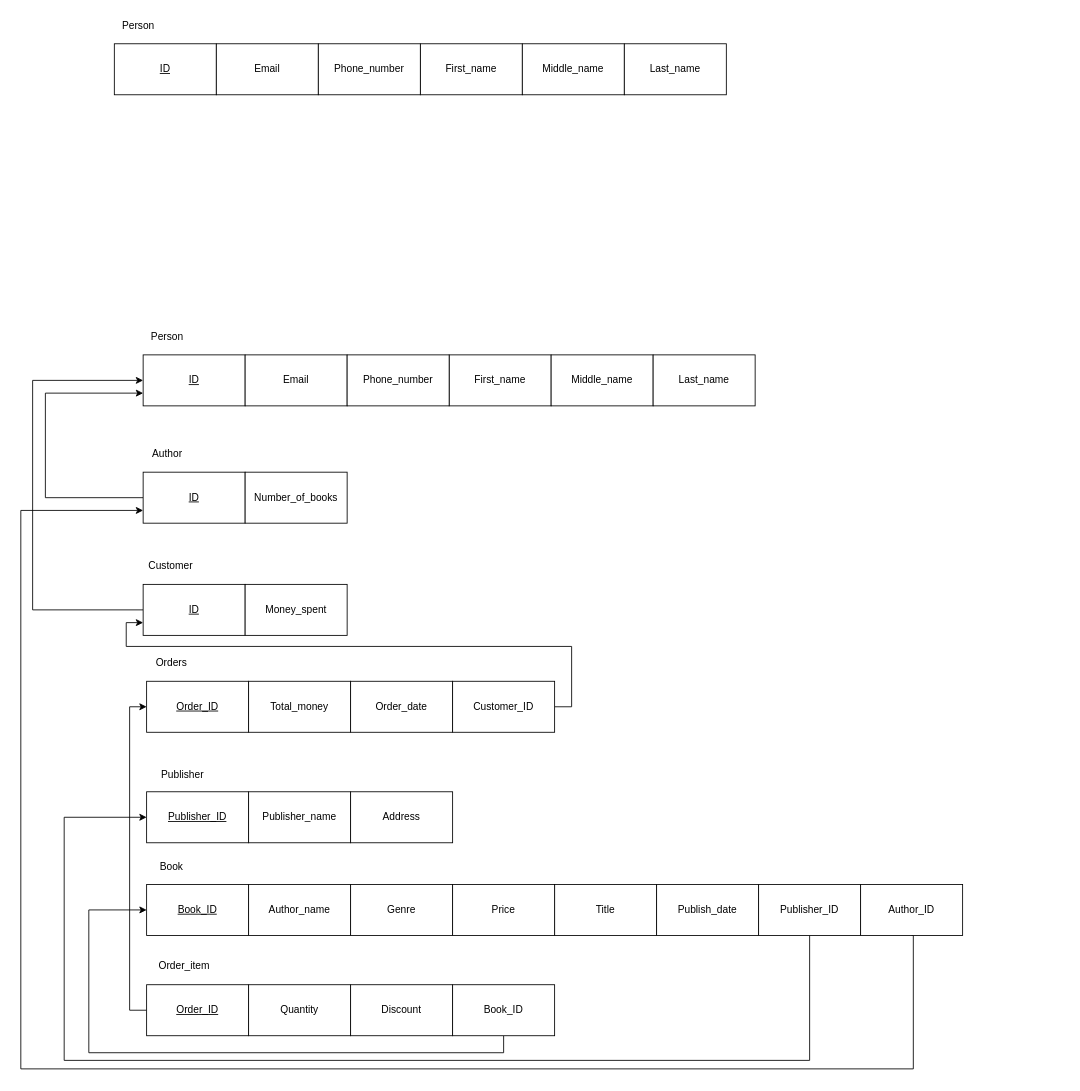
Above: page "Page-2" (2 of 2) of e-Bookstore.drawio in HuyViet2402/HCMUT-CO2013-Assignment-1-Semester-241 (draw.io), before the change. Source tidied: cells renumbered, new cells numbered last; positions are measured from the earlier drawing's top-left corner, leaving out a move shared by most shapes. Both pictures are drawn from the tidied source at 85%, with x=0, y=0 at pixel (20, 14).
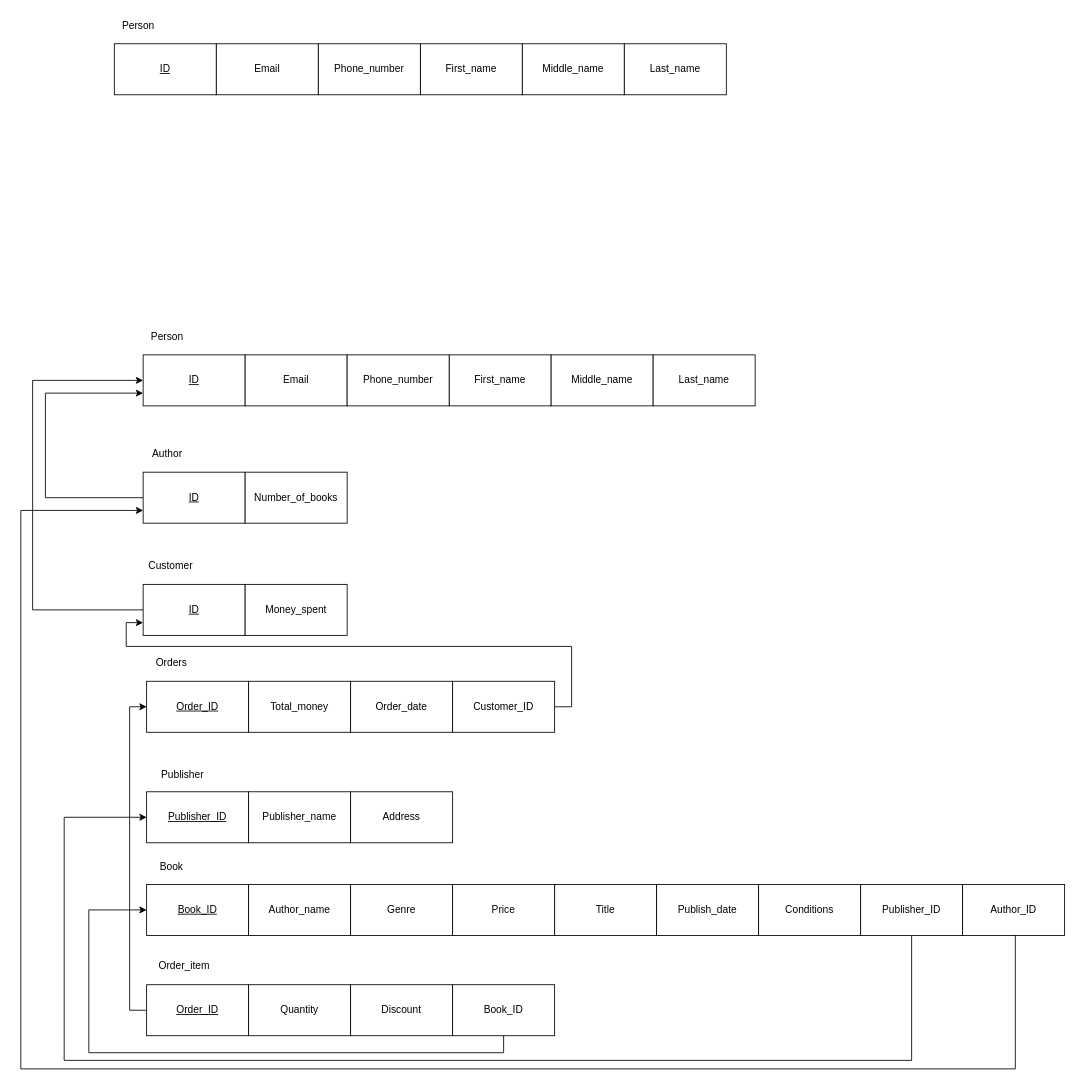
The same page after the edit.

Commit message (it also covers changes not shown here):
Add Conditions attribute in book entity

The change refers to these unchanged cells:
```xml
<mxCell id="13" value="&lt;u&gt;Publisher_ID&lt;/u&gt;" style="rounded=0;whiteSpace=wrap;html=1;" parent="1" vertex="1">
  <mxGeometry x="148" y="914" width="120" height="60" as="geometry" />
</mxCell>
<mxCell id="23" value="&lt;u&gt;ID&lt;/u&gt;" style="rounded=0;whiteSpace=wrap;html=1;" parent="1" vertex="1">
  <mxGeometry x="143.9" y="538" width="120" height="60" as="geometry" />
</mxCell>
```

What changed in the source:
```diff
@@
     <mxCell id="40" style="edgeStyle=orthogonalEdgeStyle;rounded=0;jettySize=auto;html=1;exitX=0.5;exitY=1;exitDx=0;exitDy=0;entryX=0;entryY=0.5;entryDx=0;entryDy=0;" parent="1" edge="1" source="41" target="13">
       <mxGeometry relative="1" as="geometry">
         <Array as="points">
-          <mxPoint x="928" y="1230" />
+          <mxPoint x="1048" y="1230" />
           <mxPoint x="51" y="1230" />
           <mxPoint x="51" y="944" />
         </Array>
       </mxGeometry>
     </mxCell>
     <mxCell id="41" value="Publisher_ID" style="rounded=0;whiteSpace=wrap;html=1;" parent="1" vertex="1">
-      <mxGeometry x="868" y="1023" width="120" height="60" as="geometry" />
+      <mxGeometry x="988" y="1023" width="120" height="60" as="geometry" />
     </mxCell>
     <mxCell id="42" style="edgeStyle=orthogonalEdgeStyle;rounded=0;jettySize=auto;html=1;exitX=0.5;exitY=1;exitDx=0;exitDy=0;entryX=0;entryY=0.75;entryDx=0;entryDy=0;" parent="1" edge="1" source="43" target="23">
       <mxGeometry relative="1" as="geometry">
         <Array as="points">
-          <mxPoint x="1050" y="1083" />
-          <mxPoint x="1050" y="1240" />
+          <mxPoint x="1170" y="1083" />
+          <mxPoint x="1170" y="1240" />
           <mxPoint y="1240" />
           <mxPoint y="583" />
         </Array>
       </mxGeometry>
     </mxCell>
     <mxCell id="43" value="Author_ID" style="rounded=0;whiteSpace=wrap;html=1;" parent="1" vertex="1">
-      <mxGeometry x="988" y="1023" width="120" height="60" as="geometry" />
+      <mxGeometry x="1108" y="1023" width="120" height="60" as="geometry" />
     </mxCell>
@@
+    <mxCell id="52" value="Conditions" style="rounded=0;whiteSpace=wrap;html=1;" parent="1" vertex="1">
+      <mxGeometry x="868" y="1023" width="120" height="60" as="geometry" />
+    </mxCell>
```
